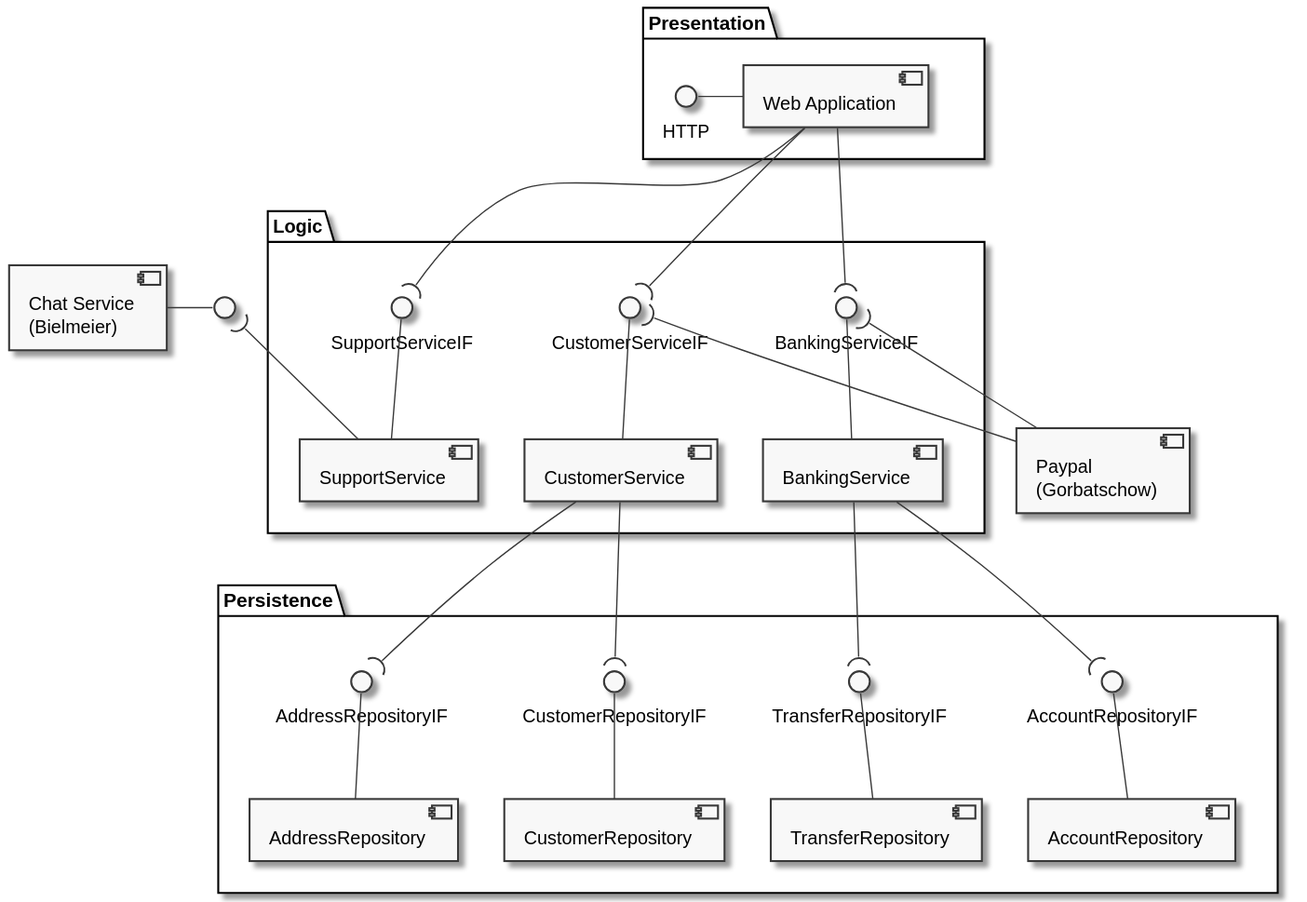
The PlantUML diagram documentation/diagrams/generatedDiagrams/DiagramComponent_BankingService.svg in SteffBauer/sw_project, before a commit.
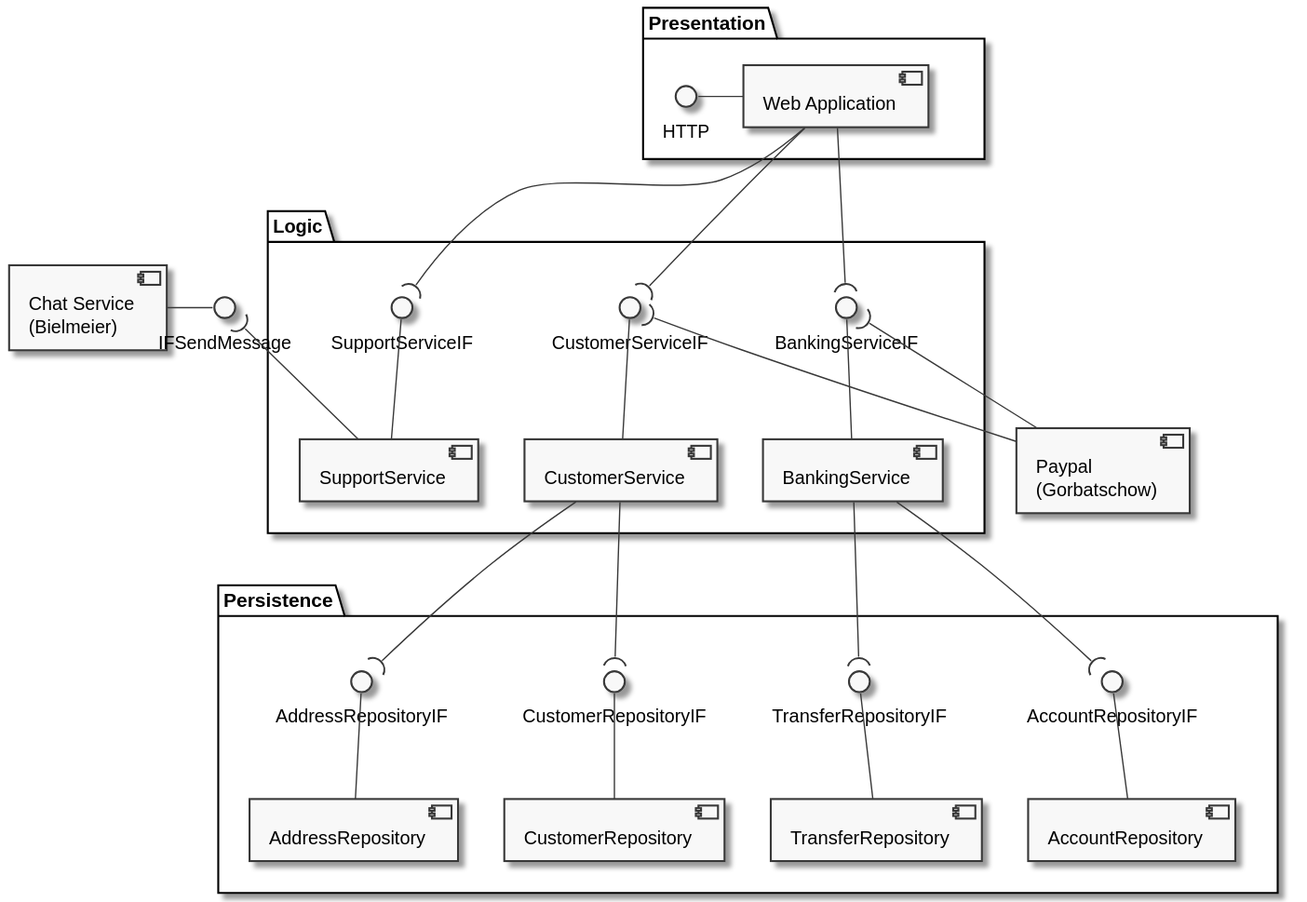
Above is the later version.

Diff of the diagram source:
```diff
@@ -5,7 +5,7 @@
 [Paypal\n(Gorbatschow)] as paypal
 [Chat Service\n(Bielmeier)] as chat
 
-interface " " as IFChat
+interface "IFSendMessage" as IFChat
 chat -right-() IFChat
 
 package "Presentation" as presentation {
```
